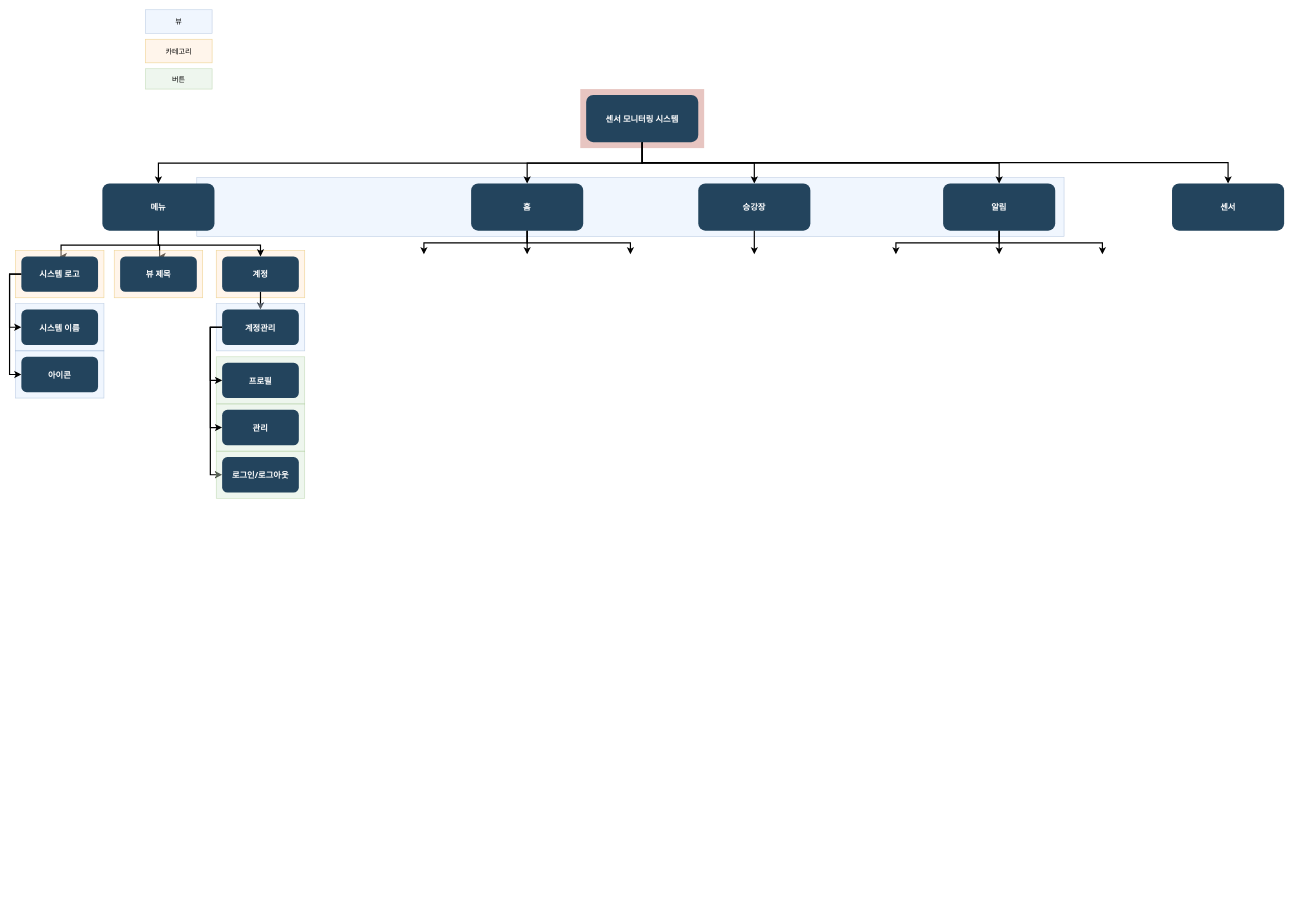
Above: Software/Station_Sensor/Untitled Diagram.drawio in teemshn/Document (draw.io), before the change. Source tidied: cells renumbered, new cells numbered last; positions are measured from the earlier drawing's top-left corner, leaving out a move shared by most shapes. Both pictures are drawn from the tidied source at 59%, with x=0, y=0 at pixel (15, 9).
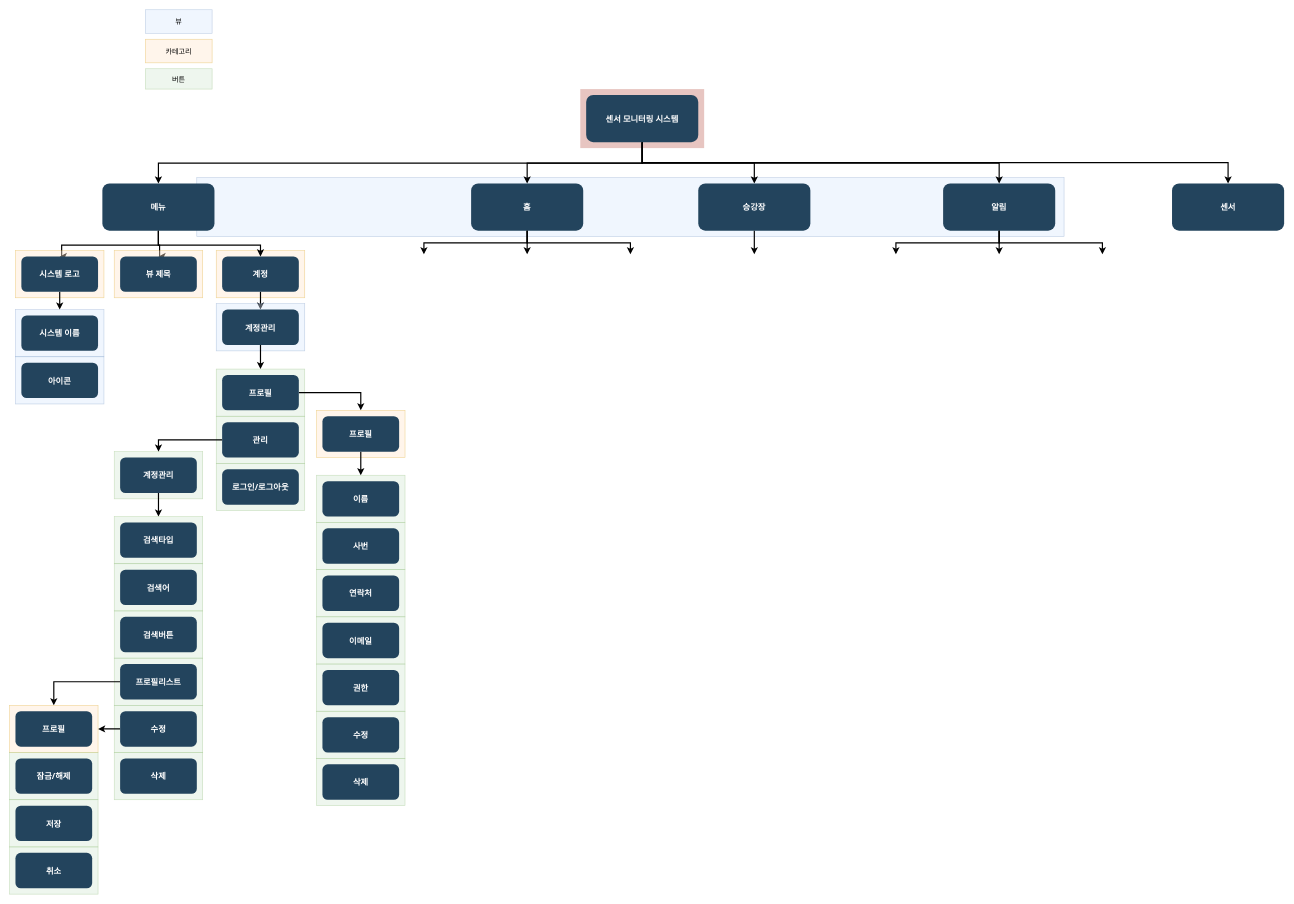
Above is the later version.

Unchanged cells that the change refers to:
```xml
<mxCell id="14" value="메뉴" style="rounded=1;fillColor=#23445D;gradientColor=none;strokeColor=none;fontColor=#FFFFFF;fontStyle=1;fontFamily=Tahoma;fontSize=14;" parent="1" vertex="1">
  <mxGeometry x="147" y="294.5" width="190" height="80" as="geometry" />
</mxCell>
<mxCell id="36" value="시스템 로고" style="rounded=1;fillColor=#23445D;gradientColor=none;strokeColor=none;fontColor=#FFFFFF;fontStyle=1;fontFamily=Tahoma;fontSize=14;" parent="1" vertex="1">
  <mxGeometry x="9.7" y="418.2" width="130" height="60" as="geometry" />
</mxCell>
<mxCell id="45" value="계정관리" style="rounded=1;fillColor=#23445D;gradientColor=none;strokeColor=none;fontColor=#FFFFFF;fontStyle=1;fontFamily=Tahoma;fontSize=14;" parent="1" vertex="1">
  <mxGeometry x="350" y="508.2" width="130" height="60" as="geometry" />
</mxCell>
```

What changed in the source:
```diff
@@
     <mxCell id="13" style="edgeStyle=orthogonalEdgeStyle;rounded=0;jettySize=auto;html=1;entryX=0.5;entryY=0;entryDx=0;entryDy=0;strokeWidth=2;" parent="1" edge="1" source="14" target="36">
       <mxGeometry relative="1" as="geometry">
         <Array as="points">
           <mxPoint x="242" y="399" />
-          <mxPoint x="77" y="399" />
+          <mxPoint x="78" y="399" />
+          <mxPoint x="78" y="418" />
         </Array>
       </mxGeometry>
     </mxCell>
@@
     <mxCell id="33" style="fillColor=#dae8fc;strokeColor=#6c8ebf;opacity=40;" parent="1" vertex="1">
-      <mxGeometry x="-0.3" y="498.2" width="150" height="80" as="geometry" />
+      <mxGeometry x="-0.3" y="508.2" width="150" height="80" as="geometry" />
     </mxCell>
@@
-    <mxCell id="35" style="edgeStyle=orthogonalEdgeStyle;rounded=0;jettySize=auto;html=1;entryX=0;entryY=0.5;entryDx=0;entryDy=0;strokeWidth=2;exitX=0;exitY=0.5;exitDx=0;exitDy=0;" parent="1" edge="1" source="36" target="37">
-      <mxGeometry relative="1" as="geometry" />
-    </mxCell>
+    <mxCell id="52" style="edgeStyle=orthogonalEdgeStyle;rounded=0;jettySize=auto;html=1;entryX=0.5;entryY=0;entryDx=0;entryDy=0;strokeWidth=2;" parent="1" edge="1" source="36" target="33">
+      <mxGeometry relative="1" as="geometry" />
+    </mxCell>
@@
     <mxCell id="37" value="시스템 이름" style="rounded=1;fillColor=#23445D;gradientColor=none;strokeColor=none;fontColor=#FFFFFF;fontStyle=1;fontFamily=Tahoma;fontSize=14;" parent="1" vertex="1">
-      <mxGeometry x="9.7" y="508.2" width="130" height="60" as="geometry" />
+      <mxGeometry x="9.7" y="518.2" width="130" height="60" as="geometry" />
     </mxCell>
     <mxCell id="38" style="fillColor=#dae8fc;strokeColor=#6c8ebf;opacity=40;" parent="1" vertex="1">
-      <mxGeometry x="-0.3" y="578.2" width="150" height="80" as="geometry" />
+      <mxGeometry x="-0.3" y="588.2" width="150" height="80" as="geometry" />
     </mxCell>
     <mxCell id="39" value="아이콘" style="rounded=1;fillColor=#23445D;gradientColor=none;strokeColor=none;fontColor=#FFFFFF;fontStyle=1;fontFamily=Tahoma;fontSize=14;" parent="1" vertex="1">
-      <mxGeometry x="9.7" y="588.2" width="130" height="60" as="geometry" />
+      <mxGeometry x="9.7" y="598.2" width="130" height="60" as="geometry" />
     </mxCell>
-    <mxCell id="40" style="edgeStyle=orthogonalEdgeStyle;rounded=0;jettySize=auto;html=1;entryX=0;entryY=0.5;entryDx=0;entryDy=0;strokeWidth=2;exitX=0;exitY=0.5;exitDx=0;exitDy=0;" parent="1" edge="1" source="36" target="39">
-      <mxGeometry relative="1" as="geometry" />
-    </mxCell>
     <mxCell id="41" style="fillColor=#d5e8d4;strokeColor=#82b366;opacity=40;" parent="1" vertex="1">
-      <mxGeometry x="340" y="588.2" width="150" height="80" as="geometry" />
+      <mxGeometry x="340" y="609" width="150" height="80" as="geometry" />
     </mxCell>
@@
-    <mxCell id="43" style="edgeStyle=orthogonalEdgeStyle;rounded=0;jettySize=auto;html=1;entryX=0;entryY=0.5;entryDx=0;entryDy=0;strokeWidth=2;exitX=0;exitY=0.5;exitDx=0;exitDy=0;" parent="1" edge="1" source="45" target="46">
-      <mxGeometry relative="1" as="geometry" />
-    </mxCell>
-    <mxCell id="44" style="edgeStyle=orthogonalEdgeStyle;rounded=0;jettySize=auto;html=1;entryX=0;entryY=0.5;entryDx=0;entryDy=0;exitX=0;exitY=0.5;exitDx=0;exitDy=0;strokeWidth=2;" parent="1" edge="1" source="45" target="51">
-      <mxGeometry relative="1" as="geometry" />
-    </mxCell>
+    <mxCell id="53" style="edgeStyle=orthogonalEdgeStyle;rounded=0;jettySize=auto;html=1;entryX=0.5;entryY=0;entryDx=0;entryDy=0;strokeWidth=2;" parent="1" edge="1" source="45" target="41">
+      <mxGeometry relative="1" as="geometry" />
+    </mxCell>
@@
+    <mxCell id="54" style="edgeStyle=orthogonalEdgeStyle;rounded=0;jettySize=auto;html=1;entryX=0.5;entryY=0;entryDx=0;entryDy=0;strokeWidth=2;" parent="1" edge="1" source="46" target="85">
+      <mxGeometry relative="1" as="geometry" />
+    </mxCell>
     <mxCell id="46" value="프로필" style="rounded=1;fillColor=#23445D;gradientColor=none;strokeColor=none;fontColor=#FFFFFF;fontStyle=1;fontFamily=Tahoma;fontSize=14;" parent="1" vertex="1">
-      <mxGeometry x="350" y="598.2" width="130" height="60" as="geometry" />
+      <mxGeometry x="350" y="619" width="130" height="60" as="geometry" />
     </mxCell>
     <mxCell id="47" style="fillColor=#d5e8d4;strokeColor=#82b366;opacity=40;" parent="1" vertex="1">
-      <mxGeometry x="340" y="668.2" width="150" height="80" as="geometry" />
+      <mxGeometry x="340" y="689" width="150" height="80" as="geometry" />
     </mxCell>
+    <mxCell id="55" style="edgeStyle=orthogonalEdgeStyle;rounded=0;jettySize=auto;html=1;entryX=0.5;entryY=0;entryDx=0;entryDy=0;strokeWidth=2;" parent="1" edge="1" source="48" target="70">
+      <mxGeometry relative="1" as="geometry" />
+    </mxCell>
     <mxCell id="48" value="관리" style="rounded=1;fillColor=#23445D;gradientColor=none;strokeColor=none;fontColor=#FFFFFF;fontStyle=1;fontFamily=Tahoma;fontSize=14;" parent="1" vertex="1">
-      <mxGeometry x="350" y="678.2" width="130" height="60" as="geometry" />
+      <mxGeometry x="350" y="699" width="130" height="60" as="geometry" />
     </mxCell>
-    <mxCell id="49" style="edgeStyle=orthogonalEdgeStyle;rounded=0;jettySize=auto;html=1;entryX=0;entryY=0.5;entryDx=0;entryDy=0;strokeWidth=2;exitX=0;exitY=0.5;exitDx=0;exitDy=0;" parent="1" edge="1" source="45" target="48">
-      <mxGeometry relative="1" as="geometry" />
-    </mxCell>
     <mxCell id="50" style="fillColor=#d5e8d4;strokeColor=#82b366;opacity=40;" parent="1" vertex="1">
-      <mxGeometry x="340" y="748.2" width="150" height="80" as="geometry" />
+      <mxGeometry x="340" y="769" width="150" height="80" as="geometry" />
     </mxCell>
     <mxCell id="51" value="로그인/로그아웃" style="rounded=1;fillColor=#23445D;gradientColor=none;strokeColor=none;fontColor=#FFFFFF;fontStyle=1;fontFamily=Tahoma;fontSize=14;" parent="1" vertex="1">
-      <mxGeometry x="350" y="758.2" width="130" height="60" as="geometry" />
+      <mxGeometry x="350" y="779" width="130" height="60" as="geometry" />
     </mxCell>
+    <mxCell id="56" style="fillColor=#d5e8d4;strokeColor=#82b366;opacity=40;" parent="1" vertex="1">
+      <mxGeometry x="510" y="789" width="150" height="80" as="geometry" />
+    </mxCell>
+    <mxCell id="57" value="이름" style="rounded=1;fillColor=#23445D;gradientColor=none;strokeColor=none;fontColor=#FFFFFF;fontStyle=1;fontFamily=Tahoma;fontSize=14;" parent="1" vertex="1">
+      <mxGeometry x="520" y="799" width="130" height="60" as="geometry" />
+    </mxCell>
+    <mxCell id="58" style="fillColor=#d5e8d4;strokeColor=#82b366;opacity=40;" parent="1" vertex="1">
+      <mxGeometry x="510" y="869" width="150" height="80" as="geometry" />
+    </mxCell>
+    <mxCell id="59" value="사번" style="rounded=1;fillColor=#23445D;gradientColor=none;strokeColor=none;fontColor=#FFFFFF;fontStyle=1;fontFamily=Tahoma;fontSize=14;" parent="1" vertex="1">
+      <mxGeometry x="520" y="879" width="130" height="60" as="geometry" />
+    </mxCell>
+    <mxCell id="60" style="fillColor=#d5e8d4;strokeColor=#82b366;opacity=40;" parent="1" vertex="1">
+      <mxGeometry x="510" y="949" width="150" height="80" as="geometry" />
+    </mxCell>
+    <mxCell id="61" value="연락처" style="rounded=1;fillColor=#23445D;gradientColor=none;strokeColor=none;fontColor=#FFFFFF;fontStyle=1;fontFamily=Tahoma;fontSize=14;" parent="1" vertex="1">
+      <mxGeometry x="520" y="959" width="130" height="60" as="geometry" />
+    </mxCell>
+    <mxCell id="62" style="fillColor=#d5e8d4;strokeColor=#82b366;opacity=40;" parent="1" vertex="1">
+      <mxGeometry x="510" y="1029" width="150" height="80" as="geometry" />
+    </mxCell>
+    <mxCell id="63" value="이메일" style="rounded=1;fillColor=#23445D;gradientColor=none;strokeColor=none;fontColor=#FFFFFF;fontStyle=1;fontFamily=Tahoma;fontSize=14;" parent="1" vertex="1">
+      <mxGeometry x="520" y="1039" width="130" height="60" as="geometry" />
+    </mxCell>
+    <mxCell id="64" style="fillColor=#d5e8d4;strokeColor=#82b366;opacity=40;" parent="1" vertex="1">
+      <mxGeometry x="510" y="1109" width="150" height="80" as="geometry" />
+    </mxCell>
+    <mxCell id="65" value="권한" style="rounded=1;fillColor=#23445D;gradientColor=none;strokeColor=none;fontColor=#FFFFFF;fontStyle=1;fontFamily=Tahoma;fontSize=14;" parent="1" vertex="1">
+      <mxGeometry x="520" y="1119" width="130" height="60" as="geometry" />
+    </mxCell>
+    <mxCell id="66" style="fillColor=#d5e8d4;strokeColor=#82b366;opacity=40;" parent="1" vertex="1">
+      <mxGeometry x="510" y="1189" width="150" height="80" as="geometry" />
+    </mxCell>
+    <mxCell id="67" value="수정" style="rounded=1;fillColor=#23445D;gradientColor=none;strokeColor=none;fontColor=#FFFFFF;fontStyle=1;fontFamily=Tahoma;fontSize=14;" parent="1" vertex="1">
+      <mxGeometry x="520" y="1199" width="130" height="60" as="geometry" />
+    </mxCell>
+    <mxCell id="68" style="fillColor=#d5e8d4;strokeColor=#82b366;opacity=40;" parent="1" vertex="1">
+      <mxGeometry x="510" y="1269" width="150" height="80" as="geometry" />
+    </mxCell>
+    <mxCell id="69" value="삭제" style="rounded=1;fillColor=#23445D;gradientColor=none;strokeColor=none;fontColor=#FFFFFF;fontStyle=1;fontFamily=Tahoma;fontSize=14;" parent="1" vertex="1">
+      <mxGeometry x="520" y="1279" width="130" height="60" as="geometry" />
+    </mxCell>
+    <mxCell id="70" style="fillColor=#d5e8d4;strokeColor=#82b366;opacity=40;" parent="1" vertex="1">
+      <mxGeometry x="167.1" y="749" width="150" height="80" as="geometry" />
+    </mxCell>
+    <mxCell id="71" style="edgeStyle=orthogonalEdgeStyle;rounded=0;jettySize=auto;html=1;entryX=0.5;entryY=0;entryDx=0;entryDy=0;strokeWidth=2;" parent="1" edge="1" source="72" target="73">
+      <mxGeometry relative="1" as="geometry" />
+    </mxCell>
+    <mxCell id="72" value="계정관리" style="rounded=1;fillColor=#23445D;gradientColor=none;strokeColor=none;fontColor=#FFFFFF;fontStyle=1;fontFamily=Tahoma;fontSize=14;" parent="1" vertex="1">
+      <mxGeometry x="177.1" y="759" width="130" height="60" as="geometry" />
+    </mxCell>
+    <mxCell id="73" style="fillColor=#d5e8d4;strokeColor=#82b366;opacity=40;" parent="1" vertex="1">
+      <mxGeometry x="167.1" y="859" width="150" height="80" as="geometry" />
+    </mxCell>
+    <mxCell id="74" value="검색타입" style="rounded=1;fillColor=#23445D;gradientColor=none;strokeColor=none;fontColor=#FFFFFF;fontStyle=1;fontFamily=Tahoma;fontSize=14;" parent="1" vertex="1">
+      <mxGeometry x="177.1" y="869" width="130" height="60" as="geometry" />
+    </mxCell>
+    <mxCell id="75" style="fillColor=#d5e8d4;strokeColor=#82b366;opacity=40;" parent="1" vertex="1">
+      <mxGeometry x="167.1" y="939" width="150" height="80" as="geometry" />
+    </mxCell>
+    <mxCell id="76" value="검색어" style="rounded=1;fillColor=#23445D;gradientColor=none;strokeColor=none;fontColor=#FFFFFF;fontStyle=1;fontFamily=Tahoma;fontSize=14;" parent="1" vertex="1">
+      <mxGeometry x="177.1" y="949" width="130" height="60" as="geometry" />
+    </mxCell>
+    <mxCell id="77" style="fillColor=#d5e8d4;strokeColor=#82b366;opacity=40;" parent="1" vertex="1">
+      <mxGeometry x="167.1" y="1019" width="150" height="80" as="geometry" />
+    </mxCell>
+    <mxCell id="78" value="검색버튼" style="rounded=1;fillColor=#23445D;gradientColor=none;strokeColor=none;fontColor=#FFFFFF;fontStyle=1;fontFamily=Tahoma;fontSize=14;" parent="1" vertex="1">
+      <mxGeometry x="177.1" y="1029" width="130" height="60" as="geometry" />
+    </mxCell>
+    <mxCell id="79" style="fillColor=#d5e8d4;strokeColor=#82b366;opacity=40;" parent="1" vertex="1">
+      <mxGeometry x="167.1" y="1099" width="150" height="80" as="geometry" />
+    </mxCell>
+    <mxCell id="80" style="edgeStyle=orthogonalEdgeStyle;rounded=0;jettySize=auto;html=1;entryX=0.5;entryY=0;entryDx=0;entryDy=0;strokeWidth=2;" parent="1" edge="1" source="81" target="90">
+      <mxGeometry relative="1" as="geometry" />
+    </mxCell>
+    <mxCell id="81" value="프로필리스트" style="rounded=1;fillColor=#23445D;gradientColor=none;strokeColor=none;fontColor=#FFFFFF;fontStyle=1;fontFamily=Tahoma;fontSize=14;" parent="1" vertex="1">
+      <mxGeometry x="177.1" y="1109" width="130" height="60" as="geometry" />
+    </mxCell>
+    <mxCell id="82" style="fillColor=#d5e8d4;strokeColor=#82b366;opacity=40;" parent="1" vertex="1">
+      <mxGeometry x="167.1" y="1179" width="150" height="80" as="geometry" />
+    </mxCell>
+    <mxCell id="83" style="edgeStyle=orthogonalEdgeStyle;rounded=0;jettySize=auto;html=1;entryX=1;entryY=0.5;entryDx=0;entryDy=0;strokeWidth=2;" parent="1" edge="1" source="84" target="90">
+      <mxGeometry relative="1" as="geometry" />
+    </mxCell>
+    <mxCell id="84" value="수정" style="rounded=1;fillColor=#23445D;gradientColor=none;strokeColor=none;fontColor=#FFFFFF;fontStyle=1;fontFamily=Tahoma;fontSize=14;" parent="1" vertex="1">
+      <mxGeometry x="177.1" y="1189" width="130" height="60" as="geometry" />
+    </mxCell>
+    <mxCell id="85" style="fillColor=#ffe6cc;strokeColor=#d79b00;opacity=40;" parent="1" vertex="1">
+      <mxGeometry x="510" y="679" width="150" height="80" as="geometry" />
+    </mxCell>
+    <mxCell id="86" style="edgeStyle=orthogonalEdgeStyle;rounded=0;jettySize=auto;html=1;entryX=0.5;entryY=0;entryDx=0;entryDy=0;strokeWidth=2;" parent="1" edge="1" source="87" target="56">
+      <mxGeometry relative="1" as="geometry" />
+    </mxCell>
+    <mxCell id="87" value="프로필" style="rounded=1;fillColor=#23445D;gradientColor=none;strokeColor=none;fontColor=#FFFFFF;fontStyle=1;fontFamily=Tahoma;fontSize=14;" parent="1" vertex="1">
+      <mxGeometry x="520" y="689" width="130" height="60" as="geometry" />
+    </mxCell>
+    <mxCell id="88" style="fillColor=#d5e8d4;strokeColor=#82b366;opacity=40;" parent="1" vertex="1">
+      <mxGeometry x="167.1" y="1259" width="150" height="80" as="geometry" />
+    </mxCell>
+    <mxCell id="89" value="삭제" style="rounded=1;fillColor=#23445D;gradientColor=none;strokeColor=none;fontColor=#FFFFFF;fontStyle=1;fontFamily=Tahoma;fontSize=14;" parent="1" vertex="1">
+      <mxGeometry x="177.1" y="1269" width="130" height="60" as="geometry" />
+    </mxCell>
+    <mxCell id="90" style="fillColor=#ffe6cc;strokeColor=#d79b00;opacity=40;" parent="1" vertex="1">
+      <mxGeometry x="-10.3" y="1179" width="150" height="80" as="geometry" />
+    </mxCell>
+    <mxCell id="91" value="프로필" style="rounded=1;fillColor=#23445D;gradientColor=none;strokeColor=none;fontColor=#FFFFFF;fontStyle=1;fontFamily=Tahoma;fontSize=14;" parent="1" vertex="1">
+      <mxGeometry x="-0.3" y="1189" width="130" height="60" as="geometry" />
+    </mxCell>
+    <mxCell id="92" style="fillColor=#d5e8d4;strokeColor=#82b366;opacity=40;" parent="1" vertex="1">
+      <mxGeometry x="-10.3" y="1259" width="150" height="80" as="geometry" />
+    </mxCell>
+    <mxCell id="93" value="잠금/해제" style="rounded=1;fillColor=#23445D;gradientColor=none;strokeColor=none;fontColor=#FFFFFF;fontStyle=1;fontFamily=Tahoma;fontSize=14;" parent="1" vertex="1">
+      <mxGeometry x="-0.3" y="1269" width="130" height="60" as="geometry" />
+    </mxCell>
+    <mxCell id="94" style="fillColor=#d5e8d4;strokeColor=#82b366;opacity=40;" parent="1" vertex="1">
+      <mxGeometry x="-10.3" y="1339" width="150" height="80" as="geometry" />
+    </mxCell>
+    <mxCell id="95" value="저장" style="rounded=1;fillColor=#23445D;gradientColor=none;strokeColor=none;fontColor=#FFFFFF;fontStyle=1;fontFamily=Tahoma;fontSize=14;" parent="1" vertex="1">
+      <mxGeometry x="-0.3" y="1349" width="130" height="60" as="geometry" />
+    </mxCell>
+    <mxCell id="96" style="fillColor=#d5e8d4;strokeColor=#82b366;opacity=40;" parent="1" vertex="1">
+      <mxGeometry x="-10.3" y="1419" width="150" height="80" as="geometry" />
+    </mxCell>
+    <mxCell id="97" value="취소" style="rounded=1;fillColor=#23445D;gradientColor=none;strokeColor=none;fontColor=#FFFFFF;fontStyle=1;fontFamily=Tahoma;fontSize=14;" parent="1" vertex="1">
+      <mxGeometry x="-0.3" y="1429" width="130" height="60" as="geometry" />
+    </mxCell>
```
